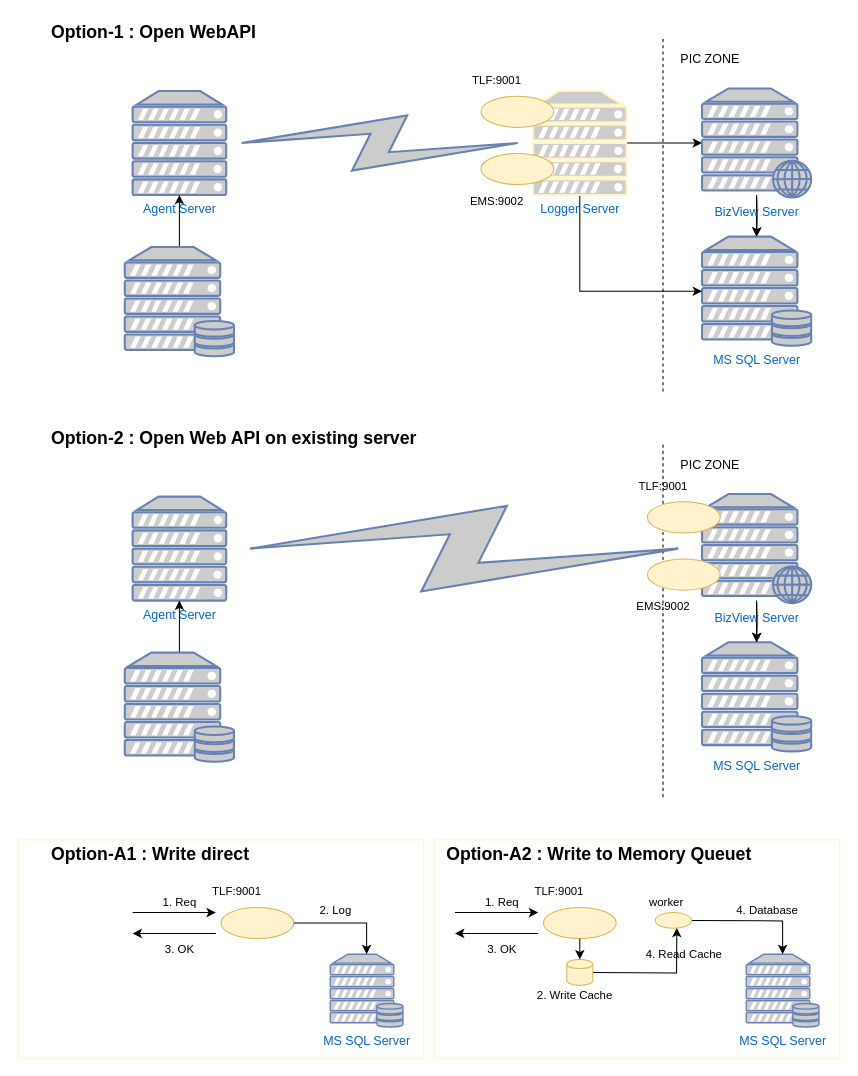
Earlier version of the draw.io diagram Replicate Data.drawio (chainbis/ng-casts). Source tidied: cells renumbered, new cells numbered last; positions are measured from the earlier drawing's top-left corner, leaving out a move shared by most shapes. Both pictures are drawn from the tidied source at 104%, with x=0, y=0 at pixel (18, 18).
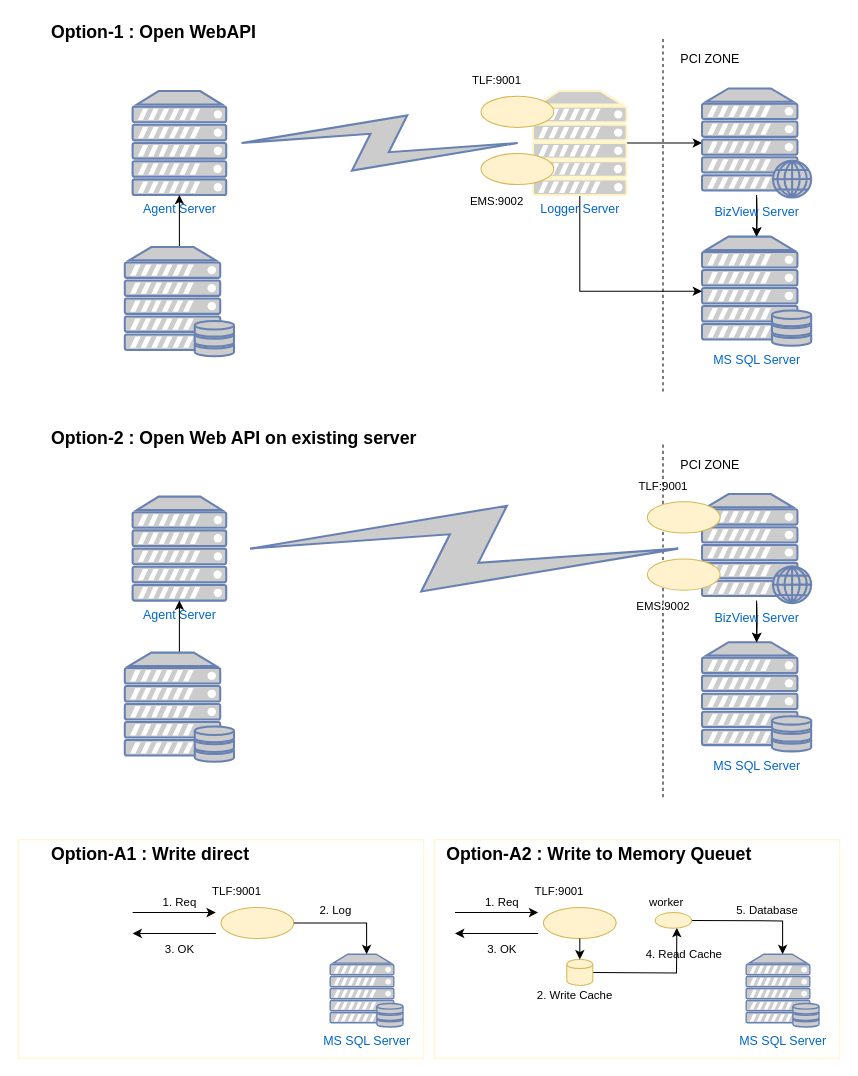
The same page after the edit.

Diff of the diagram source:
```diff
@@
-    <mxCell id="14" value="PIC ZONE" style="text;html=1;align=center;verticalAlign=middle;" parent="1" vertex="1">
+    <mxCell id="14" value="PCI ZONE" style="text;html=1;align=center;verticalAlign=middle;" parent="1" vertex="1">
       <mxGeometry x="630" y="30" width="70" height="20" as="geometry" />
     </mxCell>
@@
-    <mxCell id="30" value="PIC ZONE" style="text;html=1;align=center;verticalAlign=middle;" parent="1" vertex="1">
+    <mxCell id="30" value="PCI ZONE" style="text;html=1;align=center;verticalAlign=middle;" parent="1" vertex="1">
       <mxGeometry x="630" y="420" width="70" height="20" as="geometry" />
     </mxCell>
@@
-    <mxCell id="61" value="4. Database" style="text;html=1;align=center;verticalAlign=middle;fontSize=11;" parent="1" vertex="1">
+    <mxCell id="61" value="5. Database" style="text;html=1;align=center;verticalAlign=middle;fontSize=11;" parent="1" vertex="1">
       <mxGeometry x="685" y="847.5" width="70" height="20" as="geometry" />
     </mxCell>
```
